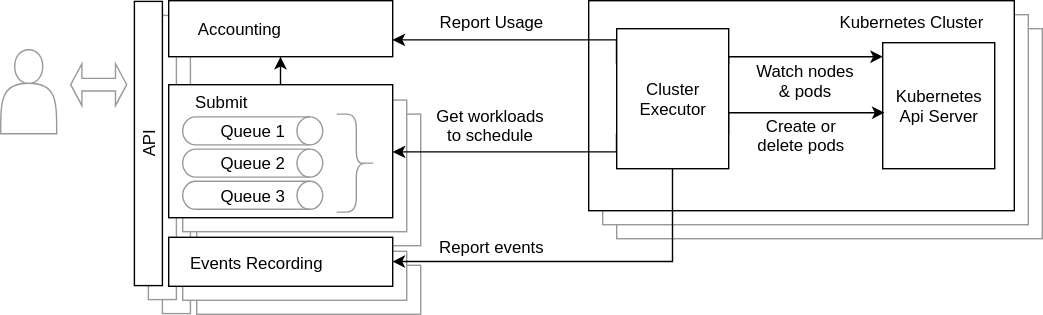
armadaproject/armada keeps this draw.io diagram as batch-api.svg. Above is the earlier version. Source tidied: cells renumbered, new cells last; positions are measured from the earlier drawing's top-left corner, leaving out a move shared by most shapes.
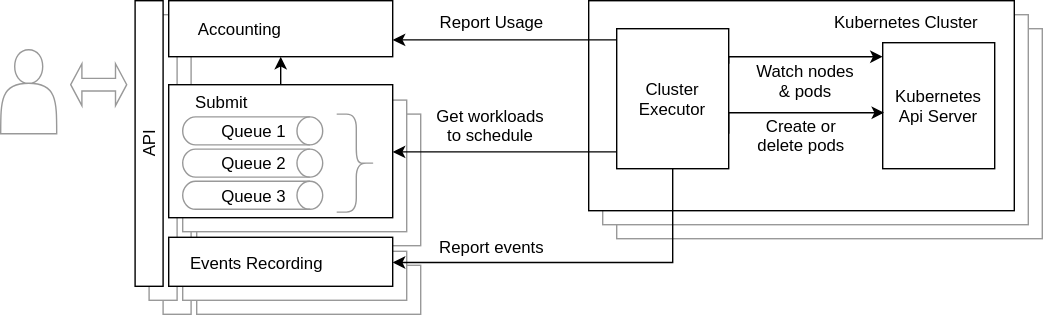
The same diagram one commit later.

What changed in the source:
```diff
@@ -2,12 +2,12 @@
   <root>
     <mxCell id="0" />
     <mxCell id="1" parent="0" />
-    <mxCell id="2" style="rounded=0;whiteSpace=wrap;html=1;rotation=-90;strokeColor=#999999;" parent="1" vertex="1">
-      <mxGeometry x="24" y="112" width="203" height="20" as="geometry" />
-    </mxCell>
-    <mxCell id="3" style="rounded=0;whiteSpace=wrap;html=1;rotation=-90;strokeColor=#999999;" parent="1" vertex="1">
-      <mxGeometry x="14" y="102" width="203" height="20" as="geometry" />
-    </mxCell>
+    <mxCell id="38" style="rounded=0;whiteSpace=wrap;html=1;rotation=-90;strokeColor=#999999;" parent="1" vertex="1">
+      <mxGeometry x="24" y="112" width="204" height="20" as="geometry" />
+    </mxCell>
+    <mxCell id="39" style="rounded=0;whiteSpace=wrap;html=1;rotation=-90;strokeColor=#999999;" parent="1" vertex="1">
+      <mxGeometry x="14" y="102" width="204" height="20" as="geometry" />
+    </mxCell>
     <mxCell id="4" style="rounded=0;whiteSpace=wrap;html=1;strokeColor=#999999;" parent="1" vertex="1">
       <mxGeometry x="140" y="189" width="160" height="35" as="geometry" />
     </mxCell>
@@ -53,7 +53,7 @@
       </mxGeometry>
     </mxCell>
     <mxCell id="17" value="Kubernetes Cluster" style="text;html=1;strokeColor=none;fillColor=none;align=center;verticalAlign=middle;whiteSpace=wrap;rounded=0;" parent="1" vertex="1">
-      <mxGeometry x="590" y="5" width="120" height="20" as="geometry" />
+      <mxGeometry x="582" y="5" width="128" height="20" as="geometry" />
     </mxCell>
     <mxCell id="18" value="Queue 1" style="strokeWidth=1;html=1;shape=mxgraph.flowchart.direct_data;whiteSpace=wrap;strokeColor=#999999;" parent="1" vertex="1">
       <mxGeometry x="130" y="83" width="100" height="20" as="geometry" />
@@ -117,7 +117,7 @@
       <mxGeometry x="440" y="20" width="80" height="100" as="geometry" />
     </mxCell>
     <mxCell id="33" value="API" style="rounded=0;whiteSpace=wrap;html=1;rotation=-90;" parent="1" vertex="1">
-      <mxGeometry x="4" y="92" width="203" height="20" as="geometry" />
+      <mxGeometry x="4" y="92" width="204" height="20" as="geometry" />
     </mxCell>
     <mxCell id="34" style="rounded=0;whiteSpace=wrap;html=1;" parent="1" vertex="1">
       <mxGeometry x="120" y="169" width="160" height="35" as="geometry" />
```
